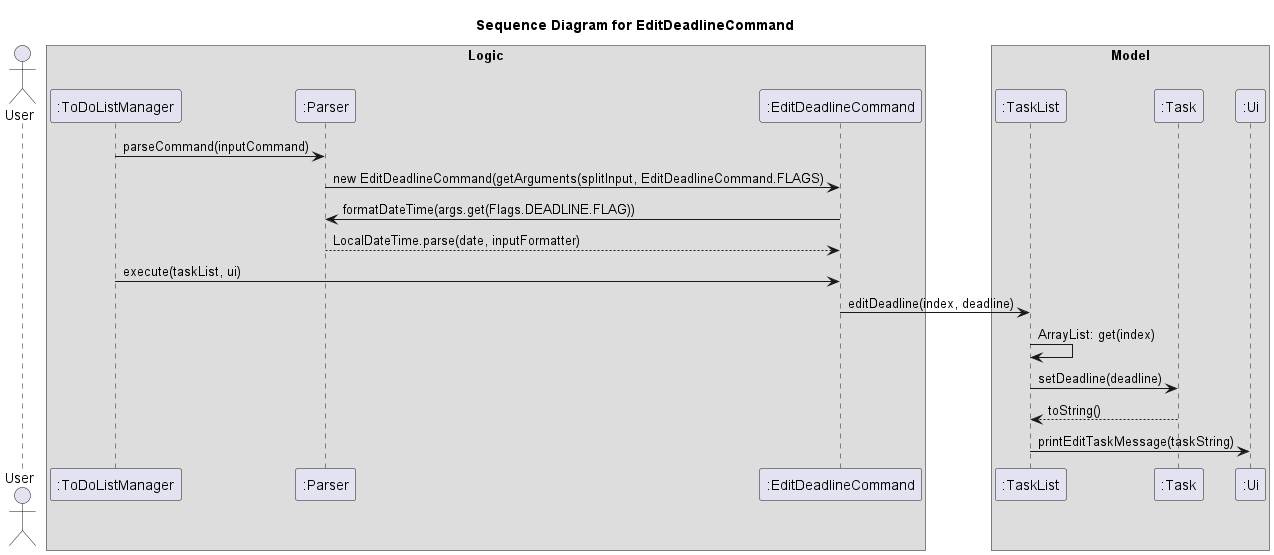
nus-cs2113-AY2223S2/tp keeps this PlantUML diagram as docs/images/EditDeadlineCommandSequence.png. Above is the earlier version.
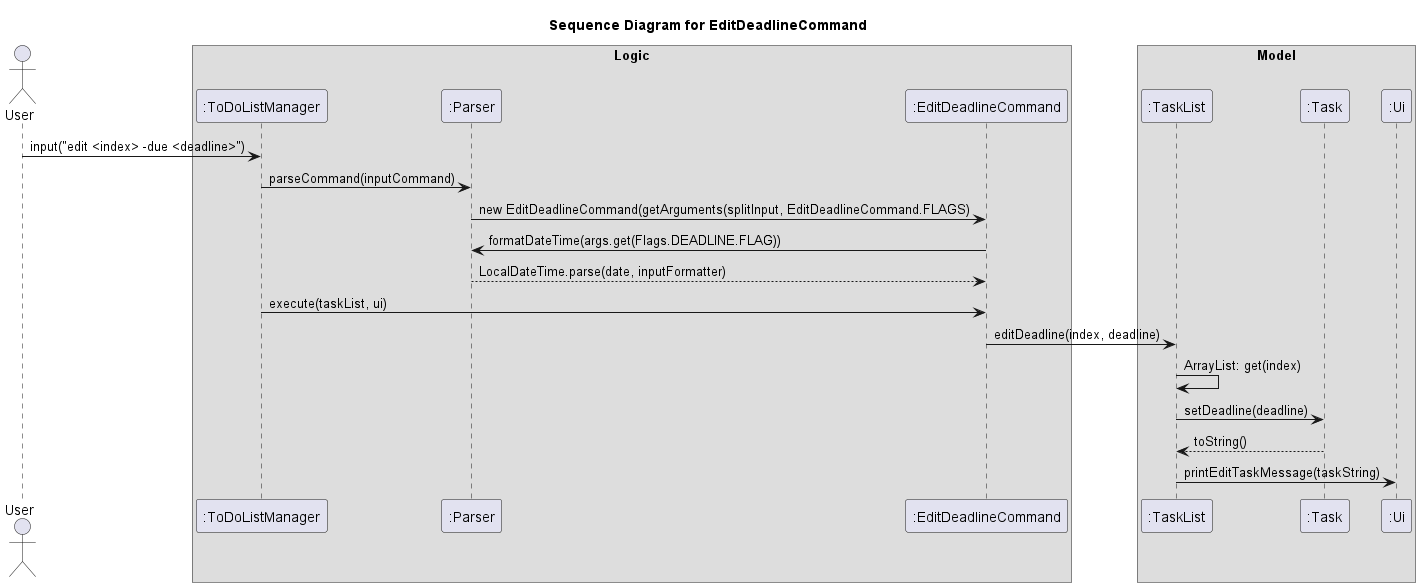
The same diagram one commit later.

Commit message:
Updated sequence diagram to include input from user

The edit, as a diff of the source:
```diff
@@ -15,6 +15,7 @@
 participant ":Task" as Task
 participant ":Ui" as Ui
 
+User -> ToDoListManager: input("edit <index> -due <deadline>")
 ToDoListManager -> Parser: parseCommand(inputCommand)
 Parser -> EditDeadlineCommand: new EditDeadlineCommand(getArguments(splitInput, EditDeadlineCommand.FLAGS)
 EditDeadlineCommand -> Parser: formatDateTime(args.get(Flags.DEADLINE.FLAG))
```
